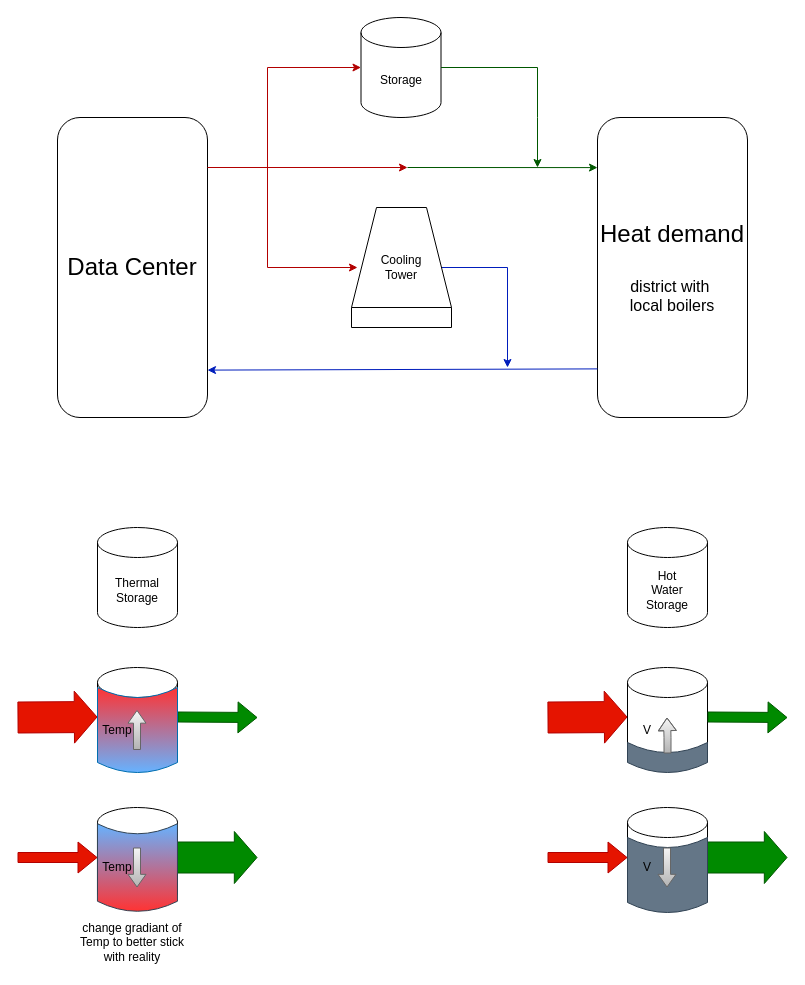
Earlier version of the draw.io diagram First_draft.drawio (Maxime-samoey-ulb/master_thesis_202425). Source tidied: cells renumbered, new cells numbered last; positions are measured from the earlier drawing's top-left corner, leaving out a move shared by most shapes. Both pictures are drawn from the tidied source at 100%, with x=0, y=0 at pixel (17, 17).
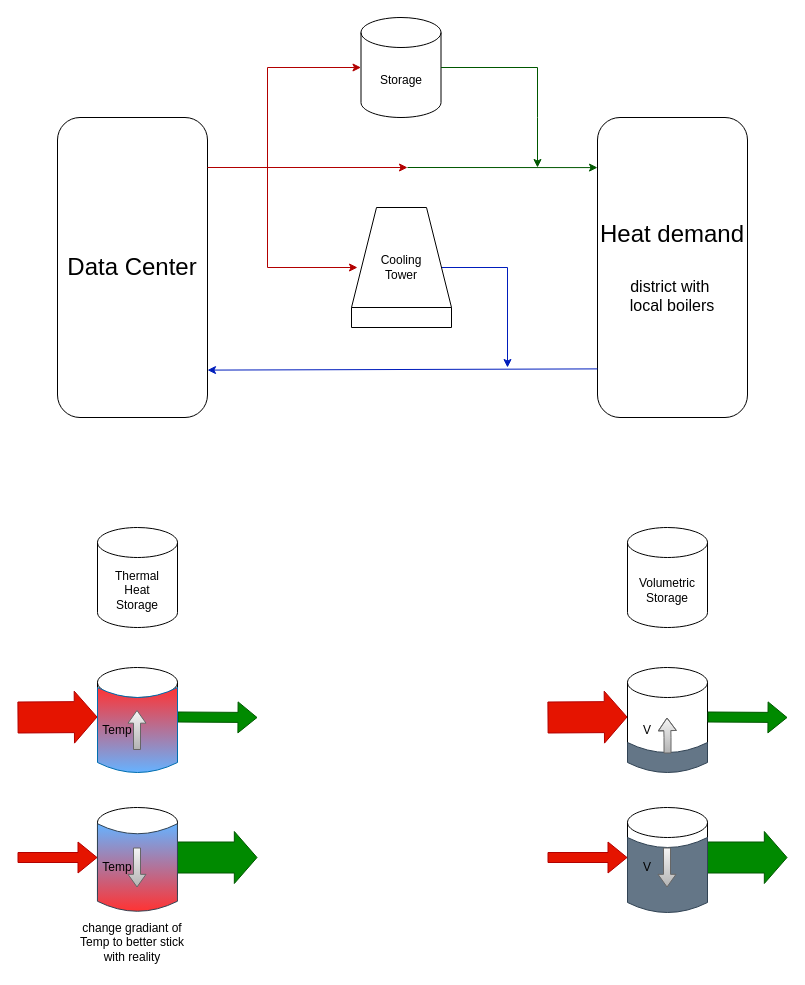
The same page after the edit.

Commit message:
Mettre à jour First_draft.drawio

The edit, as a diff of the source:
```diff
@@
-    <mxCell id="14" value="&lt;div&gt;Thermal&lt;/div&gt;Storage" style="shape=cylinder3;whiteSpace=wrap;html=1;boundedLbl=1;backgroundOutline=1;size=15;" parent="1" vertex="1">
+    <mxCell id="14" value="&lt;div&gt;Thermal&lt;/div&gt;&lt;div&gt;Heat&lt;/div&gt;Storage" style="shape=cylinder3;whiteSpace=wrap;html=1;boundedLbl=1;backgroundOutline=1;size=15;" parent="1" vertex="1">
       <mxGeometry x="80" y="510" width="80" height="100" as="geometry" />
     </mxCell>
-    <mxCell id="15" value="&lt;div&gt;Hot&lt;/div&gt;&lt;div&gt;Water&lt;/div&gt;Storage" style="shape=cylinder3;whiteSpace=wrap;html=1;boundedLbl=1;backgroundOutline=1;size=15;" parent="1" vertex="1">
+    <mxCell id="15" value="&lt;div&gt;Volumetric&lt;/div&gt;Storage" style="shape=cylinder3;whiteSpace=wrap;html=1;boundedLbl=1;backgroundOutline=1;size=15;" parent="1" vertex="1">
       <mxGeometry x="610" y="510" width="80" height="100" as="geometry" />
     </mxCell>
```
